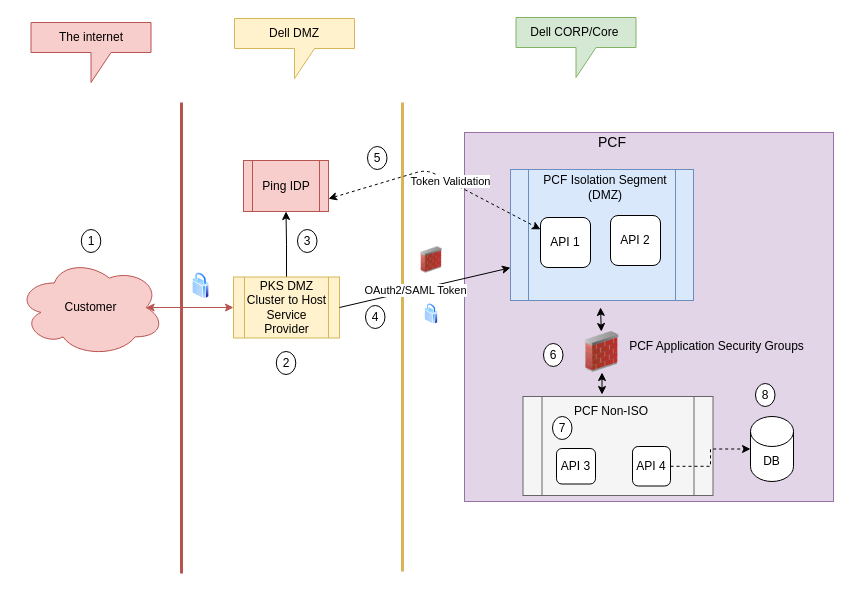
This is PKS-SP-PCF-EXT.drawio from rama78/app-config, a draw.io file, before an edit. Source tidied: cells renumbered, new cells numbered last; positions are measured from the earlier drawing's top-left corner, leaving out a move shared by most shapes. Both pictures are drawn from the tidied source at 100%, with x=0, y=0 at pixel (17, 17).
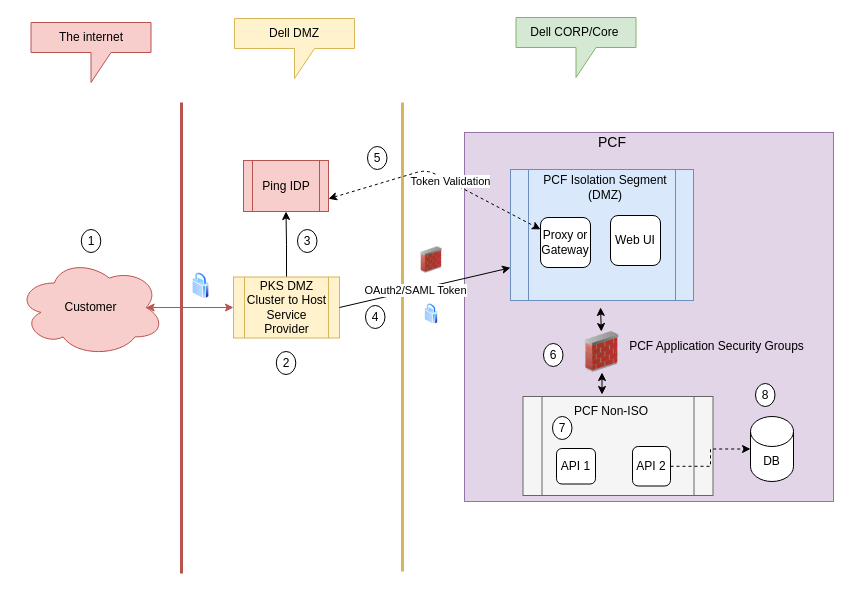
The same diagram, later.

Unchanged cells that the change refers to:
```xml
<mxCell id="22" style="group;" parent="1" vertex="1">
  <mxGeometry x="493" y="152" width="183" height="131" as="geometry" />
</mxCell>
```

Change to the diagram source:
```diff
@@
-    <mxCell id="16" value="API 3" style="rounded=1;whiteSpace=wrap;html=1;" parent="1" vertex="1">
+    <mxCell id="16" value="API 1" style="rounded=1;whiteSpace=wrap;html=1;" parent="1" vertex="1">
       <mxGeometry x="539" y="431" width="39" height="35.5" as="geometry" />
     </mxCell>
@@
-    <mxCell id="18" value="API 4" style="rounded=1;whiteSpace=wrap;html=1;" parent="1" vertex="1">
+    <mxCell id="18" value="API 2" style="rounded=1;whiteSpace=wrap;html=1;" parent="1" vertex="1">
       <mxGeometry x="615" y="429" width="38" height="39.5" as="geometry" />
     </mxCell>
@@
-    <mxCell id="24" value="API 1" style="rounded=1;whiteSpace=wrap;html=1;" parent="22" vertex="1">
+    <mxCell id="24" value="Proxy or Gateway" style="rounded=1;whiteSpace=wrap;html=1;" parent="22" vertex="1">
       <mxGeometry x="30" y="48" width="50" height="50" as="geometry" />
     </mxCell>
-    <mxCell id="25" value="API 2" style="rounded=1;whiteSpace=wrap;html=1;" parent="22" vertex="1">
+    <mxCell id="25" value="Web UI" style="rounded=1;whiteSpace=wrap;html=1;" parent="22" vertex="1">
       <mxGeometry x="100" y="46" width="50" height="50" as="geometry" />
     </mxCell>
```
